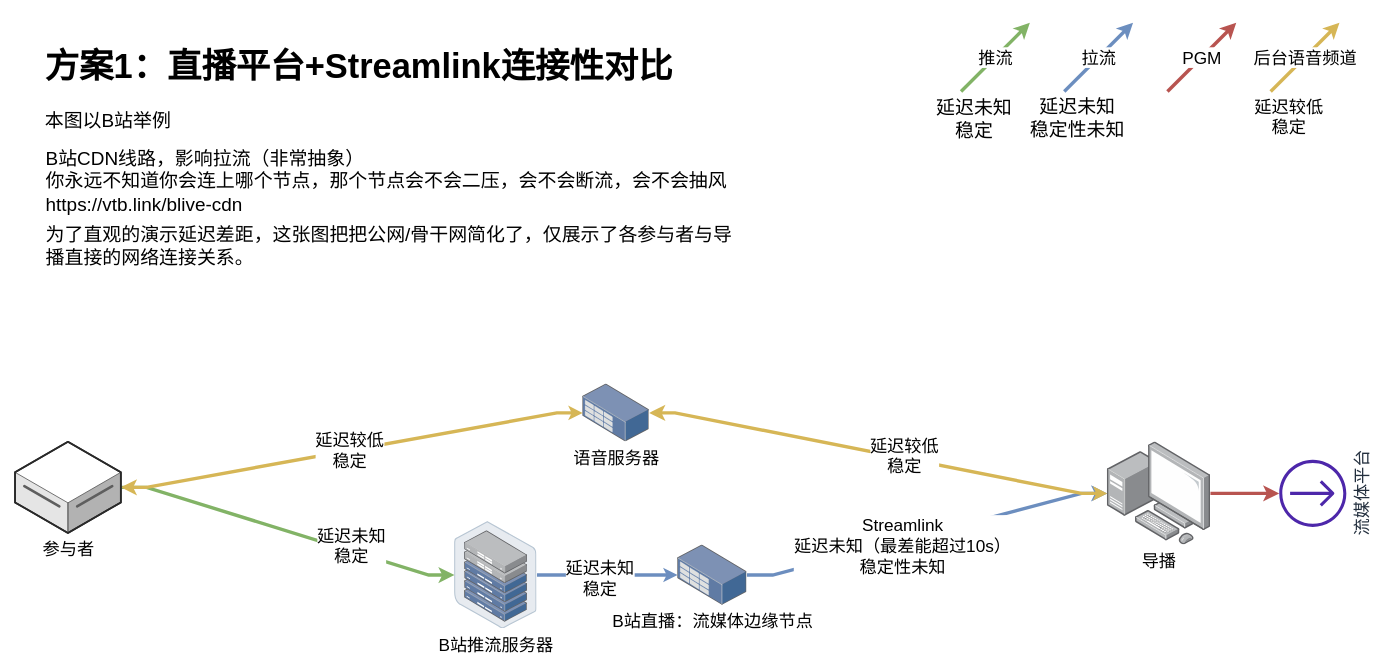
Earlier version of the draw.io diagram streaming-low-profile-compare.drawio (VTB-LINK/DRAW-IO-GRAPH). Source tidied: cells renumbered, new cells numbered last; positions are measured from the earlier drawing's top-left corner, leaving out a move shared by most shapes. Both pictures are drawn from the tidied source at 86%, with x=0, y=0 at pixel (15, 22).
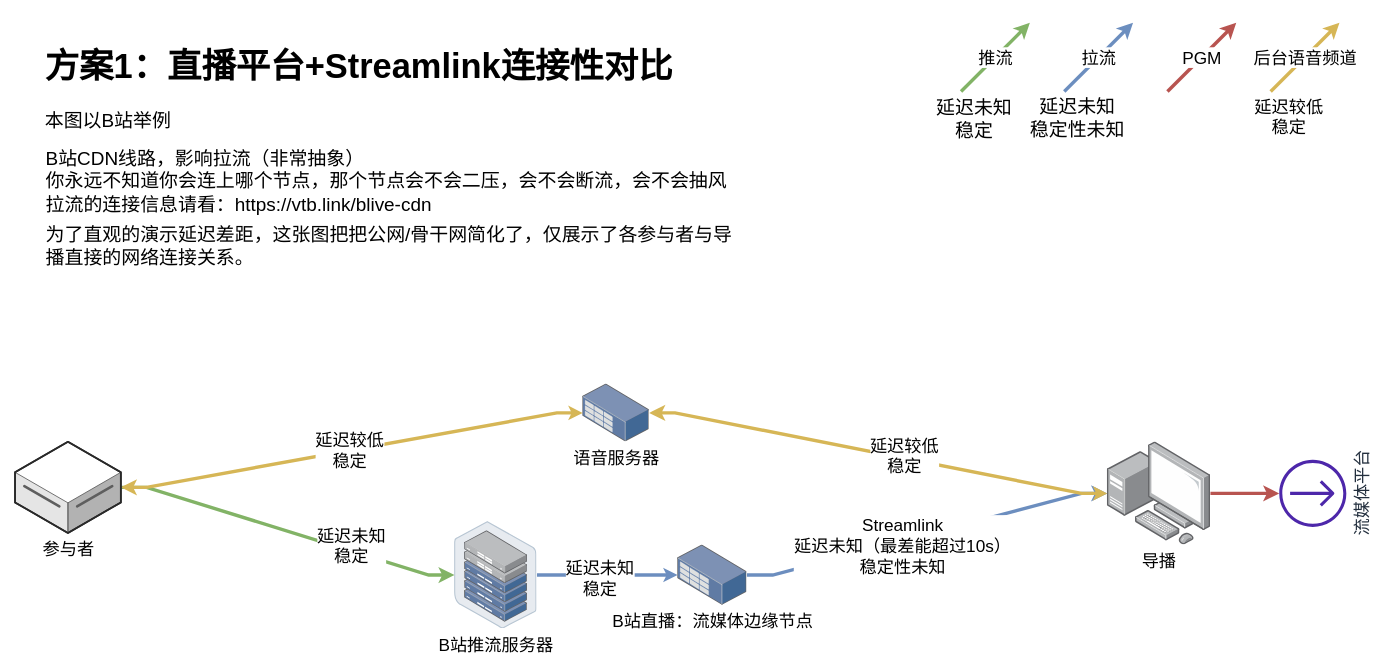
Above is the later version.

Commit message (it also covers changes not shown here):
fix: add note for live stream cdn info

What changed in the source:
```diff
@@
-    <mxCell id="19" value="B站CDN线路，影响拉流（非常抽象）&lt;br&gt;你永远不知道你会连上哪个节点，那个节点会不会二压，会不会断流，会不会抽风&lt;br&gt;https://vtb.link/blive-cdn" style="text;strokeColor=none;fillColor=none;align=left;verticalAlign=middle;spacingLeft=4;spacingRight=4;overflow=hidden;whiteSpace=wrap;html=1;fontSize=22;labelBackgroundColor=none;fontColor=#000000;" parent="1" vertex="1">
+    <mxCell id="19" value="B站CDN线路，影响拉流（非常抽象）&lt;br&gt;你永远不知道你会连上哪个节点，那个节点会不会二压，会不会断流，会不会抽风&lt;br&gt;拉流的连接信息请看：https://vtb.link/blive-cdn" style="text;strokeColor=none;fillColor=none;align=left;verticalAlign=middle;spacingLeft=4;spacingRight=4;overflow=hidden;whiteSpace=wrap;html=1;fontSize=22;labelBackgroundColor=none;fontColor=#000000;" parent="1" vertex="1">
       <mxGeometry x="30" y="130" width="810" height="110" as="geometry" />
     </mxCell>
```
